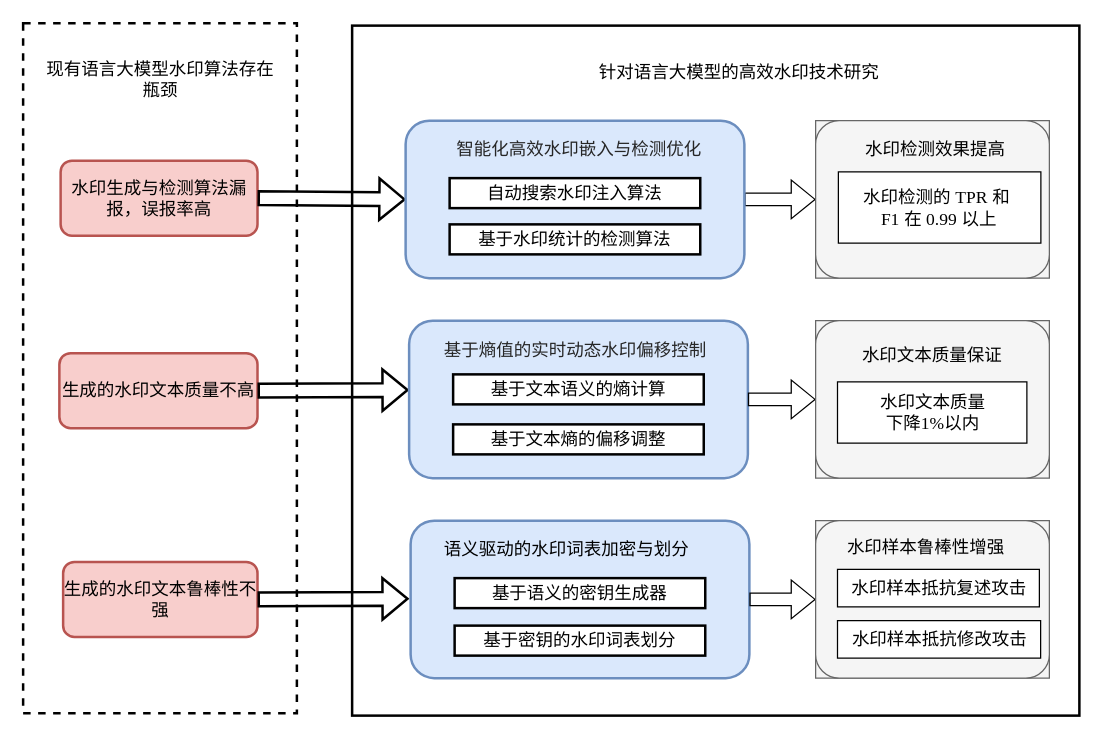
Above: watermark1118.drawio in Icathian-Rain/process_maps (draw.io), before the change. Source tidied: cells renumbered, new cells numbered last; positions are measured from the earlier drawing's top-left corner, leaving out a move shared by most shapes. Both pictures are drawn from the tidied source at 125%, with x=0, y=0 at pixel (22, 22).
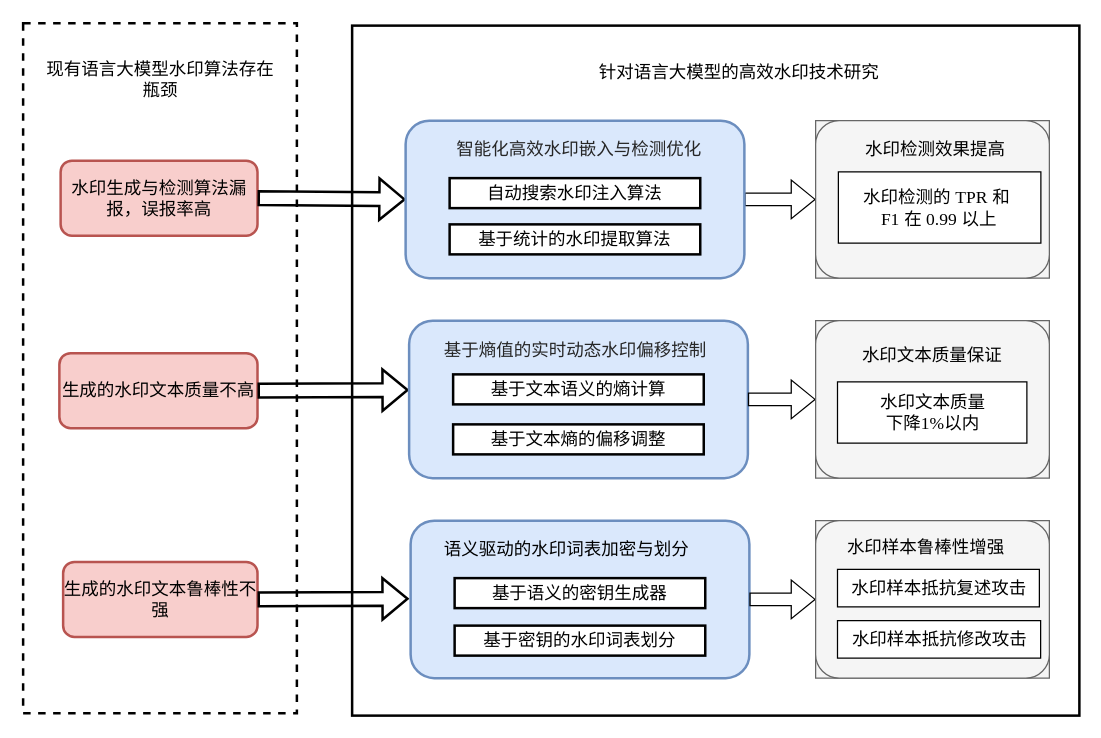
The same page after the edit.

Unchanged cells that the change refers to:
```xml
<mxCell id="38" style="group;fontSize=14;fontFamily=Simsum;" parent="1" vertex="1">
  <mxGeometry x="306" y="73" width="271" height="126" as="geometry" />
</mxCell>
```

What changed in the source:
```diff
@@
-    <mxCell id="41" value="基于水印统计的检测算法" style="rounded=0;whiteSpace=wrap;html=1;fontSize=14;strokeWidth=2;fontFamily=Simsum;" parent="38" vertex="1">
+    <mxCell id="41" value="基于统计的水印提取算法" style="rounded=0;whiteSpace=wrap;html=1;fontSize=14;strokeWidth=2;fontFamily=Simsum;" parent="38" vertex="1">
       <mxGeometry x="35.2" y="88" width="200.5" height="24" as="geometry" />
     </mxCell>
```
